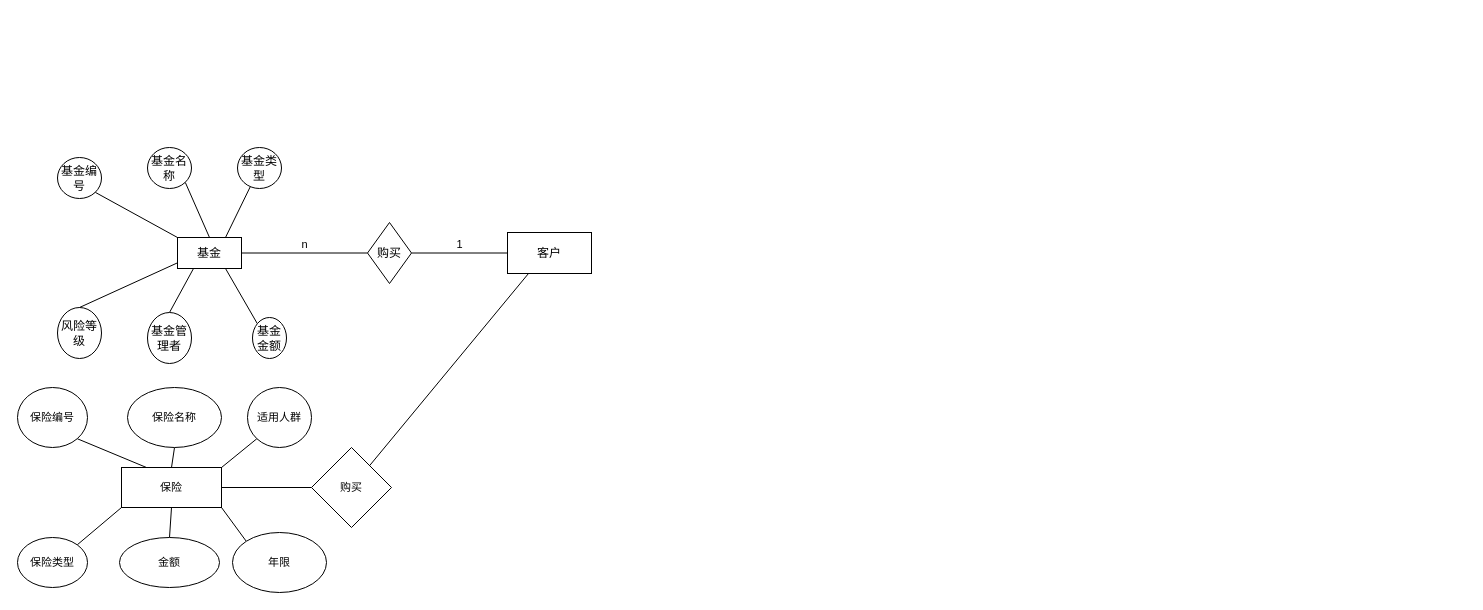
Before: 未命名绘图.drawio in ov0-0vo/E-R, a draw.io diagram. Source tidied: cells renumbered, new cells numbered last; positions are measured from the earlier drawing's top-left corner, leaving out a move shared by most shapes. Both pictures are drawn from the tidied source at 100%, with x=0, y=0 at pixel (17, 147).
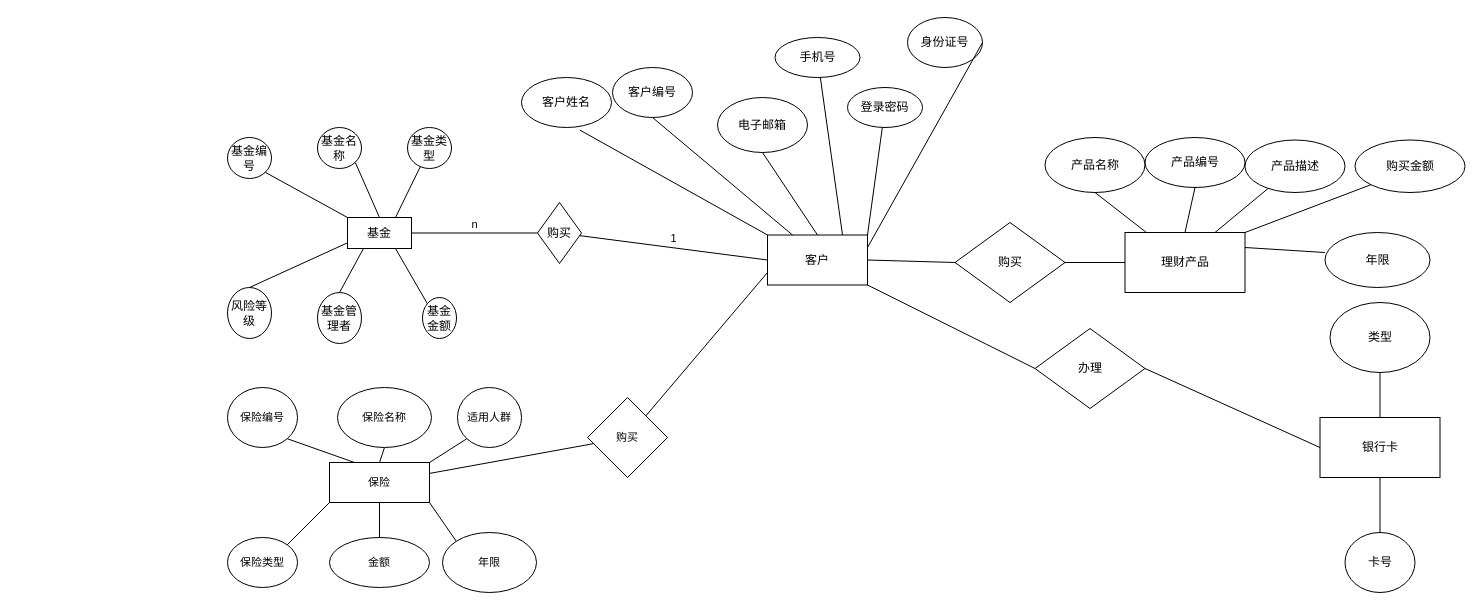
The same page after the edit.

Commit message (it also covers changes not shown here):
更新未命名绘图.drawio

The edit, as a diff of the source:
```diff
@@
     <mxCell id="8" value="基金" style="rounded=0;whiteSpace=wrap;html=1;" parent="1" vertex="1">
-      <mxGeometry x="160" y="90" width="64" height="31" as="geometry" />
+      <mxGeometry x="330" y="70" width="64" height="31" as="geometry" />
     </mxCell>
     <mxCell id="9" value="基金编号" style="ellipse;whiteSpace=wrap;html=1;" parent="1" vertex="1">
-      <mxGeometry x="40" y="10" width="44" height="41" as="geometry" />
+      <mxGeometry x="210" y="-10" width="44" height="41" as="geometry" />
     </mxCell>
     <mxCell id="10" value="基金金额" style="ellipse;whiteSpace=wrap;html=1;" parent="1" vertex="1">
-      <mxGeometry x="235" y="170" width="34" height="41" as="geometry" />
+      <mxGeometry x="405" y="150" width="34" height="41" as="geometry" />
     </mxCell>
     <mxCell id="11" value="基金管理者" style="ellipse;whiteSpace=wrap;html=1;" parent="1" vertex="1">
-      <mxGeometry x="130" y="165" width="44" height="51" as="geometry" />
+      <mxGeometry x="300" y="145" width="44" height="51" as="geometry" />
     </mxCell>
     <mxCell id="12" value="风险等级" style="ellipse;whiteSpace=wrap;html=1;" parent="1" vertex="1">
-      <mxGeometry x="40" y="160" width="44" height="51" as="geometry" />
+      <mxGeometry x="210" y="140" width="44" height="51" as="geometry" />
     </mxCell>
     <mxCell id="13" value="基金类型" style="ellipse;whiteSpace=wrap;html=1;" parent="1" vertex="1">
-      <mxGeometry x="220" width="44" height="41" as="geometry" />
+      <mxGeometry x="390" y="-20" width="44" height="41" as="geometry" />
     </mxCell>
     <mxCell id="14" value="基金名称" style="ellipse;whiteSpace=wrap;html=1;" parent="1" vertex="1">
-      <mxGeometry x="130" width="44" height="41" as="geometry" />
+      <mxGeometry x="300" y="-20" width="44" height="41" as="geometry" />
     </mxCell>
@@
-    <mxCell id="16" value="1" style="edgeStyle=none;shape=connector;rounded=1;jettySize=auto;html=1;labelBackgroundColor=default;fontFamily=Helvetica;fontSize=11;fontColor=default;endArrow=none;endFill=0;strokeColor=default;labelPosition=center;verticalLabelPosition=top;align=center;verticalAlign=bottom;" parent="1" edge="1" source="17" target="18">
+    <mxCell id="16" value="1" style="edgeStyle=none;shape=connector;rounded=1;jettySize=auto;html=1;labelBackgroundColor=default;fontFamily=Helvetica;fontSize=11;fontColor=default;endArrow=none;endFill=0;strokeColor=default;labelPosition=center;verticalLabelPosition=top;align=center;verticalAlign=bottom;entryX=0;entryY=0.5;entryDx=0;entryDy=0;" parent="1" edge="1" source="17" target="18">
       <mxGeometry relative="1" as="geometry" />
     </mxCell>
     <mxCell id="17" value="购买" style="rhombus;whiteSpace=wrap;html=1;rounded=0;" parent="1" vertex="1">
-      <mxGeometry x="350" y="75" width="44" height="61" as="geometry" />
+      <mxGeometry x="520" y="55" width="44" height="61" as="geometry" />
     </mxCell>
-    <mxCell id="18" value="客户" style="whiteSpace=wrap;html=1;rounded=0;" parent="1" vertex="1">
-      <mxGeometry x="490" y="85" width="84" height="41" as="geometry" />
-    </mxCell>
@@
     <mxCell id="26" value="保险" style="rounded=0;whiteSpace=wrap;html=1;fontFamily=Helvetica;fontSize=11;fontColor=default;" parent="1" vertex="1">
-      <mxGeometry x="104" y="320" width="100" height="40" as="geometry" />
+      <mxGeometry x="312" y="315" width="100" height="40" as="geometry" />
     </mxCell>
     <mxCell id="27" value="年限" style="ellipse;whiteSpace=wrap;html=1;fontFamily=Helvetica;fontSize=11;fontColor=default;" parent="1" vertex="1">
-      <mxGeometry x="215" y="385" width="94" height="60" as="geometry" />
+      <mxGeometry x="425" y="385" width="94" height="60" as="geometry" />
     </mxCell>
     <mxCell id="28" value="金额" style="ellipse;whiteSpace=wrap;html=1;fontFamily=Helvetica;fontSize=11;fontColor=default;" parent="1" vertex="1">
-      <mxGeometry x="102" y="390" width="100" height="50" as="geometry" />
+      <mxGeometry x="312" y="390" width="100" height="50" as="geometry" />
     </mxCell>
     <mxCell id="29" value="保险类型" style="ellipse;whiteSpace=wrap;html=1;fontFamily=Helvetica;fontSize=11;fontColor=default;" parent="1" vertex="1">
-      <mxGeometry y="390" width="70" height="50" as="geometry" />
+      <mxGeometry x="210" y="390" width="70" height="50" as="geometry" />
     </mxCell>
     <mxCell id="30" value="适用人群" style="ellipse;whiteSpace=wrap;html=1;fontFamily=Helvetica;fontSize=11;fontColor=default;" parent="1" vertex="1">
-      <mxGeometry x="230" y="240" width="64" height="60" as="geometry" />
+      <mxGeometry x="440" y="240" width="64" height="60" as="geometry" />
     </mxCell>
     <mxCell id="31" value="保险名称" style="ellipse;whiteSpace=wrap;html=1;fontFamily=Helvetica;fontSize=11;fontColor=default;" parent="1" vertex="1">
-      <mxGeometry x="110" y="240" width="94" height="60" as="geometry" />
+      <mxGeometry x="320" y="240" width="94" height="60" as="geometry" />
     </mxCell>
     <mxCell id="32" value="保险编号" style="ellipse;whiteSpace=wrap;html=1;fontFamily=Helvetica;fontSize=11;fontColor=default;" parent="1" vertex="1">
-      <mxGeometry y="240" width="70" height="60" as="geometry" />
+      <mxGeometry x="210" y="240" width="70" height="60" as="geometry" />
     </mxCell>
-    <mxCell id="33" style="edgeStyle=none;shape=connector;rounded=1;jettySize=auto;html=1;entryX=0.25;entryY=1;entryDx=0;entryDy=0;labelBackgroundColor=default;labelBorderColor=none;fontFamily=Helvetica;fontSize=11;fontColor=default;endArrow=none;endFill=0;strokeColor=default;" parent="1" edge="1" source="34" target="18">
+    <mxCell id="33" style="edgeStyle=none;shape=connector;rounded=1;jettySize=auto;html=1;entryX=0;entryY=0.75;entryDx=0;entryDy=0;labelBackgroundColor=default;labelBorderColor=none;fontFamily=Helvetica;fontSize=11;fontColor=default;endArrow=none;endFill=0;strokeColor=default;" parent="1" edge="1" source="34" target="18">
       <mxGeometry relative="1" as="geometry" />
     </mxCell>
     <mxCell id="34" value="购买" style="rhombus;whiteSpace=wrap;html=1;fontSize=11;rounded=0;" parent="1" vertex="1">
-      <mxGeometry x="294" y="300" width="80" height="80" as="geometry" />
+      <mxGeometry x="570" y="250" width="80" height="80" as="geometry" />
     </mxCell>
+    <mxCell id="35" style="edgeStyle=none;shape=connector;rounded=1;jettySize=auto;html=1;exitX=1;exitY=1;exitDx=0;exitDy=0;entryX=0;entryY=0.5;entryDx=0;entryDy=0;labelBackgroundColor=default;labelBorderColor=none;fontFamily=Helvetica;fontSize=11;fontColor=default;endArrow=none;endFill=0;strokeColor=default;" parent="1" edge="1" source="18" target="68">
+      <mxGeometry relative="1" as="geometry" />
+    </mxCell>
+    <mxCell id="18" value="客户" style="rounded=0;whiteSpace=wrap;html=1;" parent="1" vertex="1">
+      <mxGeometry x="750" y="87.5" width="100" height="50" as="geometry" />
+    </mxCell>
+    <mxCell id="36" value="客户姓名" style="ellipse;whiteSpace=wrap;html=1;" parent="1" vertex="1">
+      <mxGeometry x="504" y="-70" width="90" height="50" as="geometry" />
+    </mxCell>
+    <mxCell id="37" value="身份证号" style="ellipse;whiteSpace=wrap;html=1;" parent="1" vertex="1">
+      <mxGeometry x="890" y="-130" width="75" height="50" as="geometry" />
+    </mxCell>
+    <mxCell id="38" value="客户编号" style="ellipse;whiteSpace=wrap;html=1;" parent="1" vertex="1">
+      <mxGeometry x="595" y="-80" width="80" height="50" as="geometry" />
+    </mxCell>
+    <mxCell id="39" style="endArrow=none;html=1;rounded=0;entryX=0.649;entryY=1.052;entryDx=0;entryDy=0;entryPerimeter=0;exitX=0;exitY=0;exitDx=0;exitDy=0;" parent="1" edge="1" source="18" target="36">
+      <mxGeometry relative="1" as="geometry" />
+    </mxCell>
+    <mxCell id="40" value="手机号" style="ellipse;whiteSpace=wrap;html=1;" parent="1" vertex="1">
+      <mxGeometry x="757.5" y="-110" width="85" height="40" as="geometry" />
+    </mxCell>
+    <mxCell id="41" value="电子邮箱" style="ellipse;whiteSpace=wrap;html=1;" parent="1" vertex="1">
+      <mxGeometry x="700" y="-50" width="90" height="55" as="geometry" />
+    </mxCell>
+    <mxCell id="42" value="登录密码" style="ellipse;whiteSpace=wrap;html=1;" parent="1" vertex="1">
+      <mxGeometry x="830" y="-60" width="75" height="40" as="geometry" />
+    </mxCell>
+    <mxCell id="43" value="理财产品" style="rounded=0;whiteSpace=wrap;html=1;" parent="1" vertex="1">
+      <mxGeometry x="1107.5" y="85" width="120" height="60" as="geometry" />
+    </mxCell>
+    <mxCell id="44" value="购买" style="rhombus;whiteSpace=wrap;html=1;" parent="1" vertex="1">
+      <mxGeometry x="937.5" y="75" width="110" height="80" as="geometry" />
+    </mxCell>
+    <mxCell id="45" style="endArrow=none;html=1;rounded=0;entryX=0.5;entryY=1;entryDx=0;entryDy=0;exitX=0.25;exitY=0;exitDx=0;exitDy=0;" parent="1" edge="1" source="18" target="38">
+      <mxGeometry relative="1" as="geometry" />
+    </mxCell>
+    <mxCell id="46" style="endArrow=none;html=1;rounded=0;exitX=0.5;exitY=0;exitDx=0;exitDy=0;entryX=0.5;entryY=1;entryDx=0;entryDy=0;" parent="1" edge="1" source="18" target="41">
+      <mxGeometry relative="1" as="geometry" />
+    </mxCell>
+    <mxCell id="47" style="endArrow=none;html=1;rounded=0;entryX=1;entryY=0.25;entryDx=0;entryDy=0;exitX=1;exitY=0.5;exitDx=0;exitDy=0;" parent="1" edge="1" source="37" target="18">
+      <mxGeometry relative="1" as="geometry" />
+    </mxCell>
+    <mxCell id="48" style="endArrow=none;html=1;rounded=0;entryX=0.75;entryY=0;entryDx=0;entryDy=0;" parent="1" edge="1" source="40" target="18">
+      <mxGeometry relative="1" as="geometry" />
+    </mxCell>
+    <mxCell id="49" style="endArrow=none;html=1;rounded=0;entryX=1;entryY=0;entryDx=0;entryDy=0;" parent="1" edge="1" source="42" target="18">
+      <mxGeometry relative="1" as="geometry" />
+    </mxCell>
+    <mxCell id="50" value="产品编号" style="ellipse;whiteSpace=wrap;html=1;" parent="1" vertex="1">
+      <mxGeometry x="1127.5" y="-10" width="100" height="50" as="geometry" />
+    </mxCell>
+    <mxCell id="51" value="产品名称" style="ellipse;whiteSpace=wrap;html=1;" parent="1" vertex="1">
+      <mxGeometry x="1027.5" y="-10" width="100" height="55" as="geometry" />
+    </mxCell>
+    <mxCell id="52" value="产品描述" style="ellipse;whiteSpace=wrap;html=1;" parent="1" vertex="1">
+      <mxGeometry x="1227.5" y="-7.5" width="100" height="52.5" as="geometry" />
+    </mxCell>
+    <mxCell id="53" value="购买金额" style="ellipse;whiteSpace=wrap;html=1;" parent="1" vertex="1">
+      <mxGeometry x="1337.5" y="-7.5" width="110" height="52.5" as="geometry" />
+    </mxCell>
+    <mxCell id="54" value="年限" style="ellipse;whiteSpace=wrap;html=1;" parent="1" vertex="1">
+      <mxGeometry x="1307.5" y="85" width="105" height="55" as="geometry" />
+    </mxCell>
+    <mxCell id="55" style="endArrow=none;html=1;rounded=0;entryX=1;entryY=0.5;entryDx=0;entryDy=0;exitX=0;exitY=0.5;exitDx=0;exitDy=0;" parent="1" edge="1" source="44" target="18">
+      <mxGeometry relative="1" as="geometry" />
+    </mxCell>
+    <mxCell id="56" style="endArrow=none;html=1;rounded=0;exitX=1;exitY=0.5;exitDx=0;exitDy=0;entryX=0;entryY=0.5;entryDx=0;entryDy=0;" parent="1" edge="1" source="44" target="43">
+      <mxGeometry relative="1" as="geometry" />
+    </mxCell>
+    <mxCell id="57" style="endArrow=none;html=1;rounded=0;exitX=1;exitY=0.25;exitDx=0;exitDy=0;entryX=0;entryY=0.364;entryDx=0;entryDy=0;entryPerimeter=0;" parent="1" edge="1" source="43" target="54">
+      <mxGeometry relative="1" as="geometry" />
+    </mxCell>
+    <mxCell id="58" style="endArrow=none;html=1;rounded=0;entryX=0.5;entryY=1;entryDx=0;entryDy=0;" parent="1" edge="1" source="43" target="51">
+      <mxGeometry relative="1" as="geometry" />
+    </mxCell>
+    <mxCell id="59" style="endArrow=none;html=1;rounded=0;entryX=0.5;entryY=1;entryDx=0;entryDy=0;exitX=0.5;exitY=0;exitDx=0;exitDy=0;" parent="1" edge="1" source="43" target="50">
+      <mxGeometry relative="1" as="geometry" />
+    </mxCell>
+    <mxCell id="60" style="endArrow=none;html=1;rounded=0;exitX=0.75;exitY=0;exitDx=0;exitDy=0;" parent="1" edge="1" source="43" target="52">
+      <mxGeometry relative="1" as="geometry" />
+    </mxCell>
+    <mxCell id="61" style="endArrow=none;html=1;rounded=0;entryX=0;entryY=1;entryDx=0;entryDy=0;exitX=1;exitY=0;exitDx=0;exitDy=0;" parent="1" edge="1" source="43" target="53">
+      <mxGeometry relative="1" as="geometry" />
+    </mxCell>
+    <mxCell id="62" style="edgeStyle=none;shape=connector;rounded=1;jettySize=auto;html=1;exitX=0.5;exitY=1;exitDx=0;exitDy=0;entryX=0.5;entryY=0;entryDx=0;entryDy=0;labelBackgroundColor=default;labelBorderColor=none;fontFamily=Helvetica;fontSize=11;fontColor=default;endArrow=none;endFill=0;strokeColor=default;" parent="1" edge="1" source="63" target="66">
+      <mxGeometry relative="1" as="geometry" />
+    </mxCell>
+    <mxCell id="63" value="银行卡" style="rounded=0;whiteSpace=wrap;html=1;" parent="1" vertex="1">
+      <mxGeometry x="1302.5" y="270" width="120" height="60" as="geometry" />
+    </mxCell>
+    <mxCell id="64" style="edgeStyle=none;shape=connector;rounded=1;jettySize=auto;html=1;labelBackgroundColor=default;labelBorderColor=none;fontFamily=Helvetica;fontSize=11;fontColor=default;endArrow=none;endFill=0;strokeColor=default;" parent="1" edge="1" source="65" target="63">
+      <mxGeometry relative="1" as="geometry" />
+    </mxCell>
+    <mxCell id="65" value="类型" style="ellipse;whiteSpace=wrap;html=1;" parent="1" vertex="1">
+      <mxGeometry x="1312.5" y="155" width="100" height="70" as="geometry" />
+    </mxCell>
+    <mxCell id="66" value="卡号" style="ellipse;whiteSpace=wrap;html=1;" parent="1" vertex="1">
+      <mxGeometry x="1327.5" y="385" width="70" height="60" as="geometry" />
+    </mxCell>
+    <mxCell id="67" style="edgeStyle=none;shape=connector;rounded=1;jettySize=auto;html=1;entryX=0;entryY=0.5;entryDx=0;entryDy=0;labelBackgroundColor=default;labelBorderColor=none;fontFamily=Helvetica;fontSize=11;fontColor=default;endArrow=none;endFill=0;strokeColor=default;exitX=1;exitY=0.5;exitDx=0;exitDy=0;" parent="1" edge="1" source="68" target="63">
+      <mxGeometry relative="1" as="geometry" />
+    </mxCell>
+    <mxCell id="68" value="办理" style="rhombus;whiteSpace=wrap;html=1;" parent="1" vertex="1">
+      <mxGeometry x="1017.5" y="181" width="110" height="80" as="geometry" />
+    </mxCell>
```
